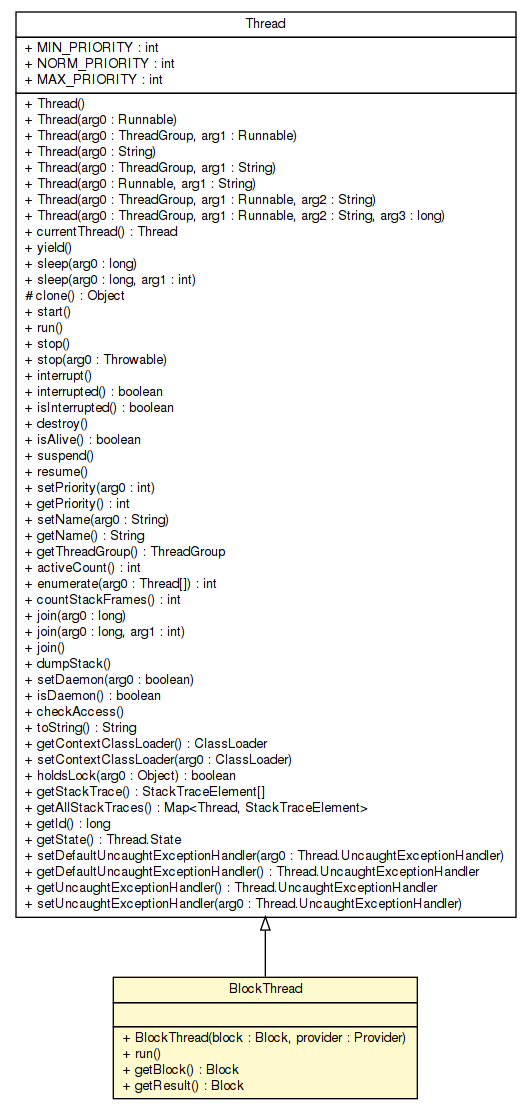
Before: apidocs/sorcer/core/dispatch/BlockThread.png, a diagram exported from Graphviz (sorcersoft/sorcersoft.github.io). Its source is kept beside it as apidocs/sorcer/core/dispatch/BlockThread.dot.
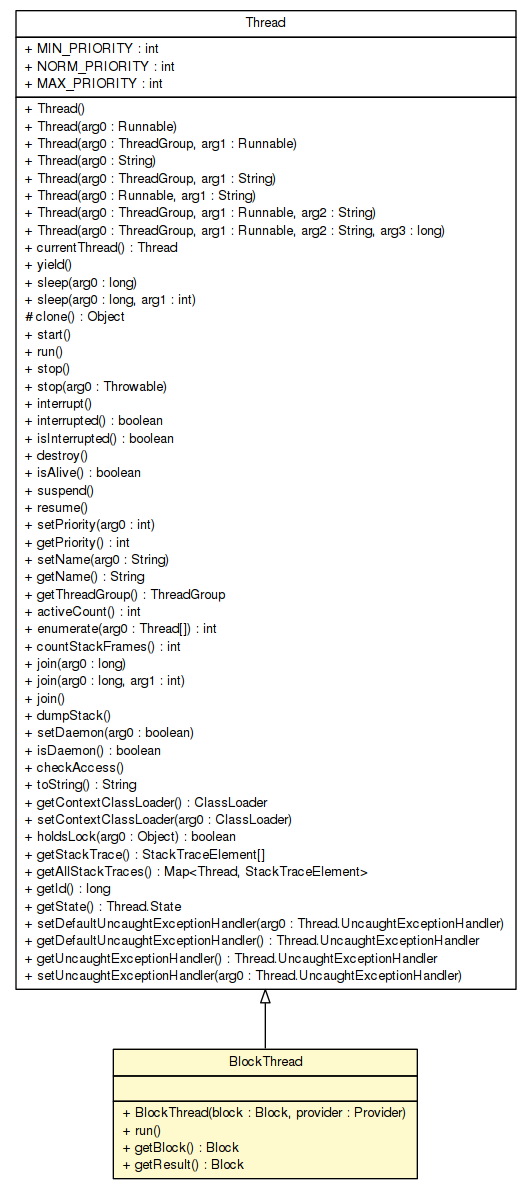
Above is the later version.

Diff of the diagram source:
```diff
@@ -4,7 +4,7 @@
 	node [fontname="Helvetica",fontsize=10,shape=plaintext];
 	nodesep=0.25;
 	ranksep=0.5;
-	c106264 [label=<<table title="sorcer.core.dispatch.BlockThread" border="0" cellborder="1" cellspacing="0" cellpadding="2" port="p" bgcolor="lemonChiffon" href="./BlockThread.html">
+	c123094 [label=<<table title="sorcer.core.dispatch.BlockThread" border="0" cellborder="1" cellspacing="0" cellpadding="2" port="p" bgcolor="lemonChiffon" href="./BlockThread.html">
 		<tr><td><table border="0" cellspacing="0" cellpadding="1">
 <tr><td align="center" balign="center"> BlockThread </td></tr>
 		</table></td></tr>
@@ -18,8 +18,8 @@
 <tr><td align="left" balign="left"> + getResult() : Block </td></tr>
 		</table></td></tr>
 		</table>>, URL="./BlockThread.html", fontname="Helvetica", fontcolor="black", fontsize=10.0];
-	c106518:p -> c106264:p [dir=back,arrowtail=empty];
-	c106518 [label=<<table title="java.lang.Thread" border="0" cellborder="1" cellspacing="0" cellpadding="2" port="p" href="http://docs.oracle.com/javase/7/docs/api/java/lang/Thread.html">
+	c123379:p -> c123094:p [dir=back,arrowtail=empty];
+	c123379 [label=<<table title="java.lang.Thread" border="0" cellborder="1" cellspacing="0" cellpadding="2" port="p" href="http://docs.oracle.com/javase/7/docs/api/java/lang/Thread.html">
 		<tr><td><table border="0" cellspacing="0" cellpadding="1">
 <tr><td align="center" balign="center"> Thread </td></tr>
 		</table></td></tr>
```
